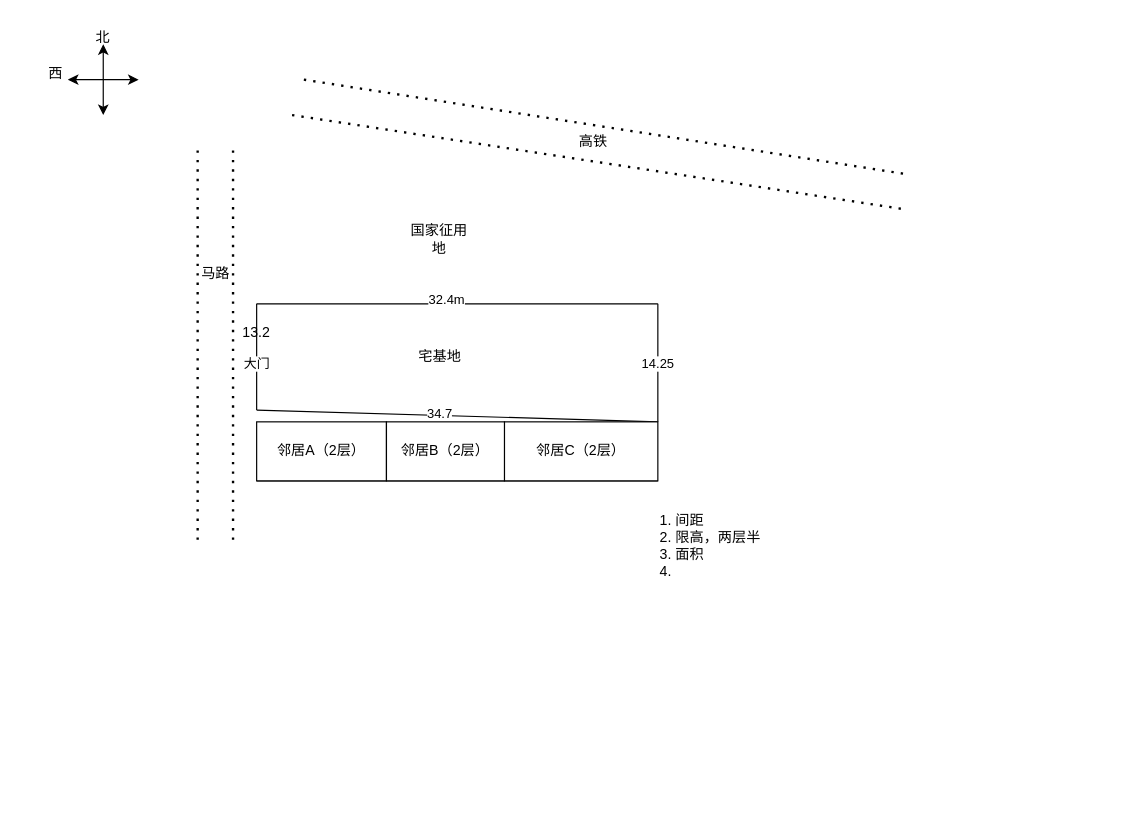
Before: 未命名绘图.drawio in gaofv/draw, a draw.io diagram. Source tidied: cells renumbered, new cells numbered last; positions are measured from the earlier drawing's top-left corner, leaving out a move shared by most shapes. Both pictures are drawn from the tidied source at 118%, with x=0, y=0 at pixel (20, 20).
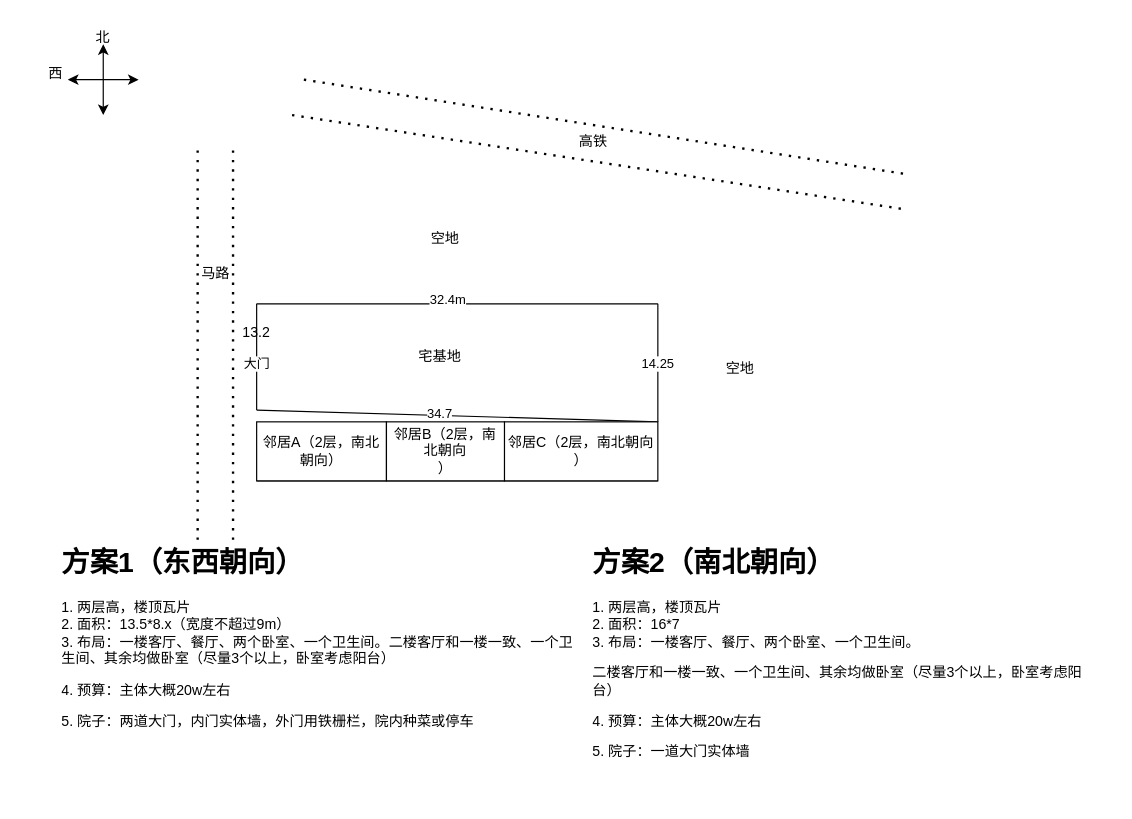
The same diagram, later.

Commit message:
更新未命名绘图.drawio

Unchanged cells that the change refers to:
```xml
<mxCell id="6" style="endArrow=none;html=1;rounded=0;" parent="1" edge="1">
  <mxGeometry relative="1" as="geometry">
    <mxPoint x="200" y="240" as="sourcePoint" />
    <mxPoint x="540" y="240" as="targetPoint" />
  </mxGeometry>
</mxCell>
```

The edit, as a diff of the source:
```diff
@@
     <mxCell id="7" value="32.4m" style="edgeLabel;html=1;align=center;verticalAlign=middle;" parent="6" vertex="1">
-      <mxGeometry x="-0.06" y="4" relative="1" as="geometry" />
+      <mxGeometry x="-0.06" y="4" relative="1" as="geometry">
+        <mxPoint x="1" as="offset" />
+      </mxGeometry>
     </mxCell>
@@
-    <mxCell id="19" value="邻居A（2层）" style="rounded=0;whiteSpace=wrap;html=1;" parent="1" vertex="1">
+    <mxCell id="19" value="邻居A（2层，南北朝向）" style="rounded=0;whiteSpace=wrap;html=1;" parent="1" vertex="1">
       <mxGeometry x="200" y="340" width="110" height="50" as="geometry" />
     </mxCell>
-    <mxCell id="20" value="邻居C（2层）" style="rounded=0;whiteSpace=wrap;html=1;" parent="1" vertex="1">
+    <mxCell id="20" value="邻居C（2层，南北朝向&lt;br&gt;）" style="rounded=0;whiteSpace=wrap;html=1;" parent="1" vertex="1">
       <mxGeometry x="410" y="340" width="130" height="50" as="geometry" />
     </mxCell>
-    <mxCell id="21" value="邻居B（2层）" style="rounded=0;whiteSpace=wrap;html=1;" parent="1" vertex="1">
+    <mxCell id="21" value="邻居B（2层，南北朝向&lt;br&gt;）" style="rounded=0;whiteSpace=wrap;html=1;" parent="1" vertex="1">
       <mxGeometry x="310" y="340" width="100" height="50" as="geometry" />
     </mxCell>
@@
-    <mxCell id="26" value="国家征用地" style="text;html=1;strokeColor=none;fillColor=none;align=center;verticalAlign=middle;whiteSpace=wrap;rounded=0;" parent="1" vertex="1">
-      <mxGeometry x="325" y="170" width="60" height="30" as="geometry" />
-    </mxCell>
-    <mxCell id="27" value="1. 间距&lt;br&gt;2. 限高，两层半&lt;br&gt;3. 面积&lt;br&gt;4.&amp;nbsp;" style="text;html=1;strokeColor=none;fillColor=none;align=left;verticalAlign=middle;whiteSpace=wrap;rounded=0;" parent="1" vertex="1">
-      <mxGeometry x="540" y="405" width="220" height="80" as="geometry" />
-    </mxCell>
+    <mxCell id="28" value="&lt;h1&gt;方案1（东西朝向）&lt;/h1&gt;&lt;p&gt;1. 两层高，楼顶瓦片&lt;br style=&quot;border-color: var(--border-color);&quot;&gt;2. 面积：13.5*8.x（宽度不超过9m）&lt;br style=&quot;border-color: var(--border-color);&quot;&gt;3. 布局：&lt;span style=&quot;background-color: initial;&quot;&gt;一楼客厅、餐厅、两个卧室、一个卫生间。二楼客厅和一楼一致、一个卫生间、其余均做卧室（尽量3个以上，卧室考虑阳台）&lt;/span&gt;&lt;/p&gt;&lt;p&gt;&lt;span style=&quot;background-color: initial;&quot;&gt;4. 预算：主体大概20w左右&lt;/span&gt;&lt;/p&gt;&lt;p&gt;5. 院子：两道大门，内门实体墙，外门用铁栅栏，院内种菜或停车&lt;/p&gt;" style="text;html=1;strokeColor=none;fillColor=none;spacing=5;spacingTop=-20;whiteSpace=wrap;overflow=hidden;rounded=0;" parent="1" vertex="1">
+      <mxGeometry x="30" y="440" width="445" height="165" as="geometry" />
+    </mxCell>
+    <mxCell id="29" value="空地" style="text;html=1;strokeColor=none;fillColor=none;align=center;verticalAlign=middle;whiteSpace=wrap;rounded=0;" parent="1" vertex="1">
+      <mxGeometry x="580" y="280" width="60" height="30" as="geometry" />
+    </mxCell>
+    <mxCell id="30" value="空地" style="text;html=1;strokeColor=none;fillColor=none;align=center;verticalAlign=middle;whiteSpace=wrap;rounded=0;" parent="1" vertex="1">
+      <mxGeometry x="330" y="170" width="60" height="30" as="geometry" />
+    </mxCell>
+    <mxCell id="31" value="&lt;h1&gt;方案2（南北朝向）&lt;/h1&gt;&lt;p&gt;1. 两层高，楼顶瓦片&lt;br style=&quot;border-color: var(--border-color);&quot;&gt;2. 面积：16*7&lt;br style=&quot;border-color: var(--border-color);&quot;&gt;3. 布局：一楼客厅、餐厅、两个卧室、一个卫生间。&lt;/p&gt;二楼客厅和一楼一致&lt;span style=&quot;background-color: initial;&quot;&gt;、一个卫生间、其余均做卧室（尽量3个以上，卧室考虑阳台）&lt;/span&gt;&lt;br&gt;&lt;p&gt;&lt;span style=&quot;background-color: initial;&quot;&gt;4. 预算：主体大概20w左右&lt;/span&gt;&lt;/p&gt;&lt;p&gt;&lt;span style=&quot;background-color: initial;&quot;&gt;5. 院子：一道大门实体墙&lt;/span&gt;&lt;/p&gt;" style="text;html=1;strokeColor=none;fillColor=none;spacing=5;spacingTop=-20;whiteSpace=wrap;overflow=hidden;rounded=0;" parent="1" vertex="1">
+      <mxGeometry x="480" y="440" width="445" height="220" as="geometry" />
+    </mxCell>
```
